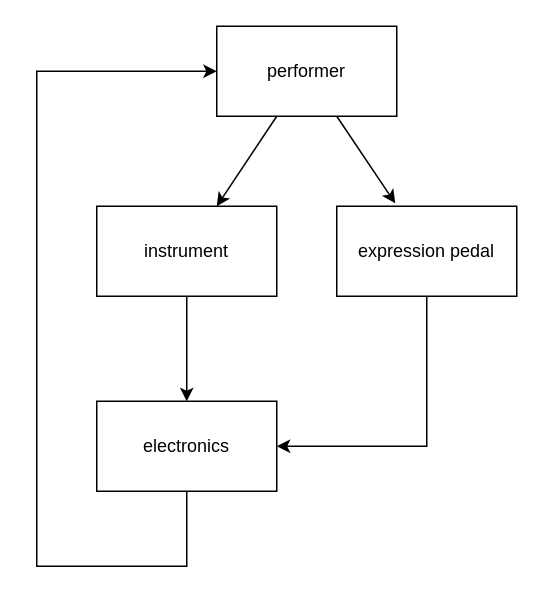
Before: Untitled Diagram.drawio in MayaComposer/ReaperScripts, a draw.io diagram. Source tidied: cells renumbered, new cells numbered last; positions are measured from the earlier drawing's top-left corner, leaving out a move shared by most shapes. Both pictures are drawn from the tidied source at 150%, with x=0, y=0 at pixel (36, 26).
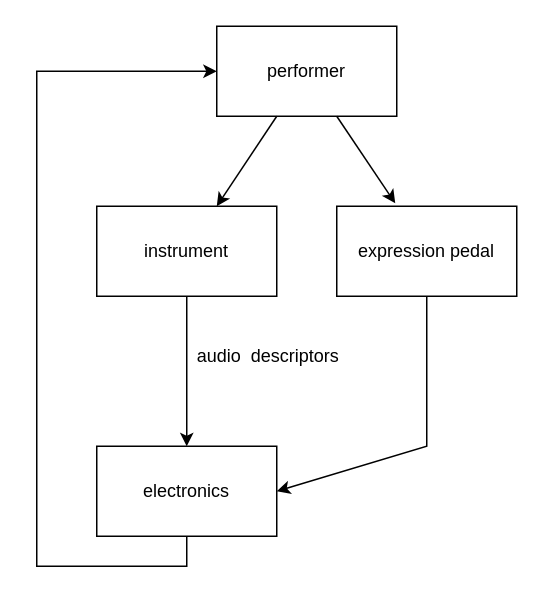
After the change.

The edit, as a diff of the source:
```diff
@@
 <mxGraphModel>
   <root>
     <mxCell id="0" />
     <mxCell id="1" parent="0" />
     <mxCell id="2" value="&lt;div&gt;instrument&lt;/div&gt;" style="rounded=0;whiteSpace=wrap;html=1;" parent="1" vertex="1">
       <mxGeometry x="40" y="120" width="120" height="60" as="geometry" />
     </mxCell>
     <mxCell id="3" value="electronics" style="rounded=0;whiteSpace=wrap;html=1;" parent="1" vertex="1">
-      <mxGeometry x="40" y="250" width="120" height="60" as="geometry" />
+      <mxGeometry x="40" y="280" width="120" height="60" as="geometry" />
     </mxCell>
     <mxCell id="4" style="endArrow=classic;html=1;rounded=0;entryX=0.5;entryY=0;entryDx=0;entryDy=0;exitX=0.5;exitY=1;exitDx=0;exitDy=0;" parent="1" edge="1" source="2" target="3">
       <mxGeometry relative="1" as="geometry" />
     </mxCell>
     <mxCell id="5" value="performer" style="rounded=0;whiteSpace=wrap;html=1;" parent="1" vertex="1">
       <mxGeometry x="120" width="120" height="60" as="geometry" />
     </mxCell>
     <mxCell id="6" style="endArrow=classic;html=1;rounded=0;" parent="1" edge="1" source="5" target="2">
       <mxGeometry relative="1" as="geometry" />
     </mxCell>
     <mxCell id="7" style="endArrow=classic;html=1;rounded=0;entryX=0.325;entryY=-0.033;entryDx=0;entryDy=0;entryPerimeter=0;" parent="1" edge="1" target="8">
       <mxGeometry relative="1" as="geometry">
         <mxPoint x="200" y="60" as="sourcePoint" />
       </mxGeometry>
     </mxCell>
     <mxCell id="8" value="expression pedal" style="rounded=0;whiteSpace=wrap;html=1;" parent="1" vertex="1">
       <mxGeometry x="200" y="120" width="120" height="60" as="geometry" />
     </mxCell>
     <mxCell id="9" style="endArrow=classic;html=1;rounded=0;exitX=0.5;exitY=1;exitDx=0;exitDy=0;entryX=0;entryY=0.5;entryDx=0;entryDy=0;" parent="1" edge="1" source="3" target="5">
       <mxGeometry relative="1" as="geometry">
         <Array as="points">
           <mxPoint x="100" y="360" />
           <mxPoint y="360" />
           <mxPoint y="240" />
           <mxPoint y="30" />
         </Array>
       </mxGeometry>
     </mxCell>
     <mxCell id="10" style="endArrow=classic;html=1;rounded=0;entryX=1;entryY=0.5;entryDx=0;entryDy=0;" parent="1" edge="1" target="3">
       <mxGeometry relative="1" as="geometry">
         <mxPoint x="260" y="180" as="sourcePoint" />
         <Array as="points">
           <mxPoint x="260" y="280" />
         </Array>
       </mxGeometry>
     </mxCell>
+    <mxCell id="11" value="audio&amp;nbsp; descriptors" style="text;html=1;align=center;verticalAlign=middle;strokeColor=none;fillColor=none;" parent="1" vertex="1">
+      <mxGeometry x="94" y="205" width="120" height="30" as="geometry" />
+    </mxCell>
   </root>
 </mxGraphModel>
```
